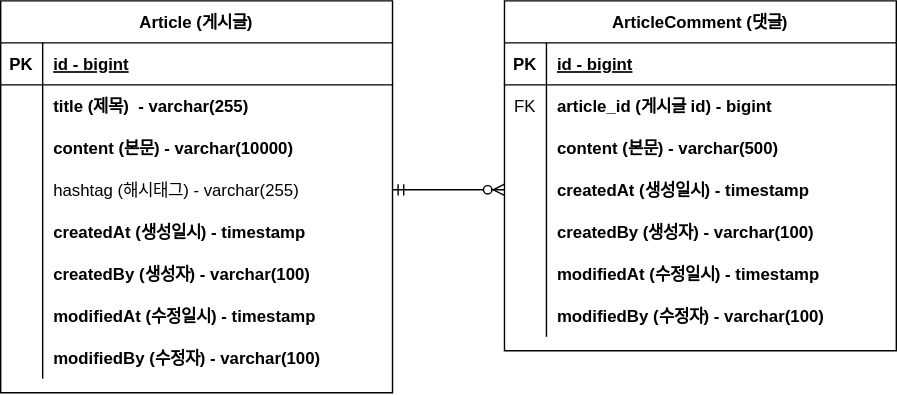
Above: documents/project-board-erd.svg in dhlee1128/first-project-board (draw.io), before the change. Source tidied: cells renumbered, new cells last; positions are measured from the earlier drawing's top-left corner, leaving out a move shared by most shapes.
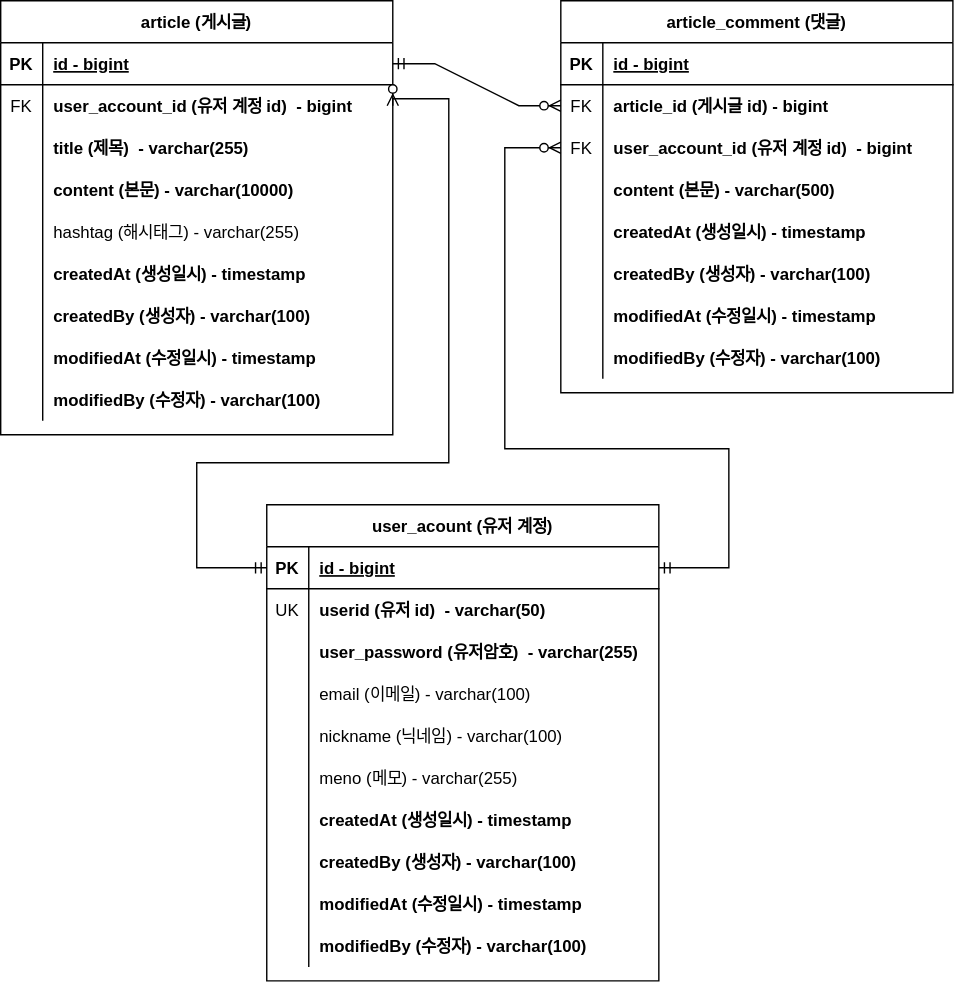
The same diagram one commit later.

Commit message:
user_account 테이블 추가로 Update : project-board-erd.svg

The edit, as a diff of the source:
```diff
@@ -2,8 +2,8 @@
   <root>
     <mxCell id="0" />
     <mxCell id="1" parent="0" />
-    <mxCell id="2" value="Article (게시글)" style="shape=table;startSize=30;rowLines=0;fontStyle=1;align=center;" parent="1" vertex="1">
-      <mxGeometry width="280" height="280" as="geometry" />
+    <mxCell id="2" value="article (게시글)" style="shape=table;startSize=30;rowLines=0;fontStyle=1;align=center;" parent="1" vertex="1">
+      <mxGeometry width="280" height="310" as="geometry" />
     </mxCell>
     <mxCell id="3" style="shape=tableRow;horizontal=0;startSize=0;swimlaneHead=0;swimlaneBody=0;fillColor=none;points=[[0,0.5],[1,0.5]];portConstraint=eastwest;top=0;left=0;right=0;bottom=1;" parent="2" vertex="1">
       <mxGeometry y="30" width="280" height="30" as="geometry" />
@@ -17,14 +17,23 @@
     <mxCell id="6" style="shape=tableRow;horizontal=0;startSize=0;swimlaneHead=0;swimlaneBody=0;fillColor=none;points=[[0,0.5],[1,0.5]];portConstraint=eastwest;top=0;left=0;right=0;bottom=0;" parent="2" vertex="1">
       <mxGeometry y="60" width="280" height="30" as="geometry" />
     </mxCell>
-    <mxCell id="7" style="shape=partialRectangle;fillColor=none;top=0;left=0;bottom=0;right=0;overflow=hidden;" parent="6" vertex="1">
+    <mxCell id="7" value="FK" style="shape=partialRectangle;fillColor=none;top=0;left=0;bottom=0;right=0;overflow=hidden;" parent="6" vertex="1">
       <mxGeometry width="30" height="30" as="geometry" />
     </mxCell>
-    <mxCell id="8" value="title (제목)  - varchar(255)" style="shape=partialRectangle;fillColor=none;top=0;left=0;bottom=0;right=0;align=left;spacingLeft=6;overflow=hidden;fontStyle=1;" parent="6" vertex="1">
+    <mxCell id="8" value="user_account_id (유저 계정 id)  - bigint" style="shape=partialRectangle;fillColor=none;top=0;left=0;bottom=0;right=0;align=left;spacingLeft=6;overflow=hidden;fontStyle=1;" parent="6" vertex="1">
       <mxGeometry x="30" width="250" height="30" as="geometry" />
     </mxCell>
+    <mxCell id="50" style="shape=tableRow;horizontal=0;startSize=0;swimlaneHead=0;swimlaneBody=0;fillColor=none;top=0;left=0;right=0;bottom=0;" parent="2" vertex="1">
+      <mxGeometry y="90" width="280" height="30" as="geometry" />
+    </mxCell>
+    <mxCell id="51" style="shape=partialRectangle;fillColor=none;top=0;left=0;bottom=0;right=0;overflow=hidden;" parent="50" vertex="1">
+      <mxGeometry width="30" height="30" as="geometry" />
+    </mxCell>
+    <mxCell id="52" value="title (제목)  - varchar(255)" style="shape=partialRectangle;fillColor=none;top=0;left=0;bottom=0;right=0;align=left;spacingLeft=6;overflow=hidden;fontStyle=1;" parent="50" vertex="1">
+      <mxGeometry x="30" width="250" height="30" as="geometry" />
+    </mxCell>
     <mxCell id="9" style="shape=tableRow;horizontal=0;startSize=0;swimlaneHead=0;swimlaneBody=0;fillColor=none;top=0;left=0;right=0;bottom=0;" parent="2" vertex="1">
-      <mxGeometry y="90" width="280" height="30" as="geometry" />
+      <mxGeometry y="120" width="280" height="30" as="geometry" />
     </mxCell>
     <mxCell id="10" style="shape=partialRectangle;fillColor=none;top=0;left=0;bottom=0;right=0;overflow=hidden;" parent="9" vertex="1">
       <mxGeometry width="30" height="30" as="geometry" />
@@ -33,7 +42,7 @@
       <mxGeometry x="30" width="250" height="30" as="geometry" />
     </mxCell>
     <mxCell id="12" style="shape=tableRow;horizontal=0;startSize=0;swimlaneHead=0;swimlaneBody=0;fillColor=none;points=[[0,0.5],[1,0.5]];portConstraint=eastwest;top=0;left=0;right=0;bottom=0;" parent="2" vertex="1">
-      <mxGeometry y="120" width="280" height="30" as="geometry" />
+      <mxGeometry y="150" width="280" height="30" as="geometry" />
     </mxCell>
     <mxCell id="13" style="shape=partialRectangle;fillColor=none;top=0;left=0;bottom=0;right=0;overflow=hidden;" parent="12" vertex="1">
       <mxGeometry width="30" height="30" as="geometry" />
@@ -42,7 +51,7 @@
       <mxGeometry x="30" width="250" height="30" as="geometry" />
     </mxCell>
     <mxCell id="15" style="shape=tableRow;horizontal=0;startSize=0;swimlaneHead=0;swimlaneBody=0;fillColor=none;top=0;left=0;right=0;bottom=0;" parent="2" vertex="1">
-      <mxGeometry y="150" width="280" height="30" as="geometry" />
+      <mxGeometry y="180" width="280" height="30" as="geometry" />
     </mxCell>
     <mxCell id="16" style="shape=partialRectangle;fillColor=none;top=0;left=0;bottom=0;right=0;overflow=hidden;" parent="15" vertex="1">
       <mxGeometry width="30" height="30" as="geometry" />
@@ -51,7 +60,7 @@
       <mxGeometry x="30" width="250" height="30" as="geometry" />
     </mxCell>
     <mxCell id="18" style="shape=tableRow;horizontal=0;startSize=0;swimlaneHead=0;swimlaneBody=0;fillColor=none;top=0;left=0;right=0;bottom=0;" parent="2" vertex="1">
-      <mxGeometry y="180" width="280" height="30" as="geometry" />
+      <mxGeometry y="210" width="280" height="30" as="geometry" />
     </mxCell>
     <mxCell id="19" style="shape=partialRectangle;fillColor=none;top=0;left=0;bottom=0;right=0;overflow=hidden;" parent="18" vertex="1">
       <mxGeometry width="30" height="30" as="geometry" />
@@ -60,7 +69,7 @@
       <mxGeometry x="30" width="250" height="30" as="geometry" />
     </mxCell>
     <mxCell id="21" style="shape=tableRow;horizontal=0;startSize=0;swimlaneHead=0;swimlaneBody=0;fillColor=none;top=0;left=0;right=0;bottom=0;" parent="2" vertex="1">
-      <mxGeometry y="210" width="280" height="30" as="geometry" />
+      <mxGeometry y="240" width="280" height="30" as="geometry" />
     </mxCell>
     <mxCell id="22" style="shape=partialRectangle;fillColor=none;top=0;left=0;bottom=0;right=0;overflow=hidden;" parent="21" vertex="1">
       <mxGeometry width="30" height="30" as="geometry" />
@@ -69,7 +78,7 @@
       <mxGeometry x="30" width="250" height="30" as="geometry" />
     </mxCell>
     <mxCell id="24" style="shape=tableRow;horizontal=0;startSize=0;swimlaneHead=0;swimlaneBody=0;fillColor=none;top=0;left=0;right=0;bottom=0;" parent="2" vertex="1">
-      <mxGeometry y="240" width="280" height="30" as="geometry" />
+      <mxGeometry y="270" width="280" height="30" as="geometry" />
     </mxCell>
     <mxCell id="25" style="shape=partialRectangle;fillColor=none;top=0;left=0;bottom=0;right=0;overflow=hidden;" parent="24" vertex="1">
       <mxGeometry width="30" height="30" as="geometry" />
@@ -77,8 +86,8 @@
     <mxCell id="26" value="modifiedBy (수정자) - varchar(100)" style="shape=partialRectangle;fillColor=none;top=0;left=0;bottom=0;right=0;align=left;spacingLeft=6;overflow=hidden;fontStyle=1;" parent="24" vertex="1">
       <mxGeometry x="30" width="250" height="30" as="geometry" />
     </mxCell>
-    <mxCell id="27" value="ArticleComment (댓글)" style="shape=table;startSize=30;rowLines=0;fontStyle=1;align=center;" parent="1" vertex="1">
-      <mxGeometry x="360" width="280" height="250" as="geometry" />
+    <mxCell id="27" value="article_comment (댓글)" style="shape=table;startSize=30;rowLines=0;fontStyle=1;align=center;" parent="1" vertex="1">
+      <mxGeometry x="400" width="280" height="280" as="geometry" />
     </mxCell>
     <mxCell id="28" style="shape=tableRow;horizontal=0;startSize=0;swimlaneHead=0;swimlaneBody=0;fillColor=none;top=0;left=0;right=0;bottom=1;" parent="27" vertex="1">
       <mxGeometry y="30" width="280" height="30" as="geometry" />
@@ -98,8 +107,17 @@
     <mxCell id="33" value="article_id (게시글 id) - bigint" style="shape=partialRectangle;fillColor=none;top=0;left=0;bottom=0;right=0;align=left;spacingLeft=6;overflow=hidden;fontStyle=1;" parent="31" vertex="1">
       <mxGeometry x="30" width="250" height="30" as="geometry" />
     </mxCell>
+    <mxCell id="53" style="shape=tableRow;horizontal=0;startSize=0;swimlaneHead=0;swimlaneBody=0;fillColor=none;points=[[0,0.5],[1,0.5]];portConstraint=eastwest;top=0;left=0;right=0;bottom=0;" parent="27" vertex="1">
+      <mxGeometry y="90" width="280" height="30" as="geometry" />
+    </mxCell>
+    <mxCell id="54" value="FK" style="shape=partialRectangle;fillColor=none;top=0;left=0;bottom=0;right=0;overflow=hidden;" parent="53" vertex="1">
+      <mxGeometry width="30" height="30" as="geometry" />
+    </mxCell>
+    <mxCell id="55" value="user_account_id (유저 계정 id)  - bigint" style="shape=partialRectangle;fillColor=none;top=0;left=0;bottom=0;right=0;align=left;spacingLeft=6;overflow=hidden;fontStyle=1;" parent="53" vertex="1">
+      <mxGeometry x="30" width="250" height="30" as="geometry" />
+    </mxCell>
     <mxCell id="34" style="shape=tableRow;horizontal=0;startSize=0;swimlaneHead=0;swimlaneBody=0;fillColor=none;top=0;left=0;right=0;bottom=0;" parent="27" vertex="1">
-      <mxGeometry y="90" width="280" height="30" as="geometry" />
+      <mxGeometry y="120" width="280" height="30" as="geometry" />
     </mxCell>
     <mxCell id="35" style="shape=partialRectangle;fillColor=none;top=0;left=0;bottom=0;right=0;overflow=hidden;" parent="34" vertex="1">
       <mxGeometry width="30" height="30" as="geometry" />
@@ -108,7 +126,7 @@
       <mxGeometry x="30" width="250" height="30" as="geometry" />
     </mxCell>
     <mxCell id="37" style="shape=tableRow;horizontal=0;startSize=0;swimlaneHead=0;swimlaneBody=0;fillColor=none;top=0;left=0;right=0;bottom=0;" parent="27" vertex="1">
-      <mxGeometry y="120" width="280" height="30" as="geometry" />
+      <mxGeometry y="150" width="280" height="30" as="geometry" />
     </mxCell>
     <mxCell id="38" style="shape=partialRectangle;fillColor=none;top=0;left=0;bottom=0;right=0;overflow=hidden;" parent="37" vertex="1">
       <mxGeometry width="30" height="30" as="geometry" />
@@ -117,7 +135,7 @@
       <mxGeometry x="30" width="250" height="30" as="geometry" />
     </mxCell>
     <mxCell id="40" style="shape=tableRow;horizontal=0;startSize=0;swimlaneHead=0;swimlaneBody=0;fillColor=none;top=0;left=0;right=0;bottom=0;" parent="27" vertex="1">
-      <mxGeometry y="150" width="280" height="30" as="geometry" />
+      <mxGeometry y="180" width="280" height="30" as="geometry" />
     </mxCell>
     <mxCell id="41" style="shape=partialRectangle;fillColor=none;top=0;left=0;bottom=0;right=0;overflow=hidden;" parent="40" vertex="1">
       <mxGeometry width="30" height="30" as="geometry" />
@@ -126,7 +144,7 @@
       <mxGeometry x="30" width="250" height="30" as="geometry" />
     </mxCell>
     <mxCell id="43" style="shape=tableRow;horizontal=0;startSize=0;swimlaneHead=0;swimlaneBody=0;fillColor=none;top=0;left=0;right=0;bottom=0;" parent="27" vertex="1">
-      <mxGeometry y="180" width="280" height="30" as="geometry" />
+      <mxGeometry y="210" width="280" height="30" as="geometry" />
     </mxCell>
     <mxCell id="44" style="shape=partialRectangle;fillColor=none;top=0;left=0;bottom=0;right=0;overflow=hidden;" parent="43" vertex="1">
       <mxGeometry width="30" height="30" as="geometry" />
@@ -135,7 +153,7 @@
       <mxGeometry x="30" width="250" height="30" as="geometry" />
     </mxCell>
     <mxCell id="46" style="shape=tableRow;horizontal=0;startSize=0;swimlaneHead=0;swimlaneBody=0;fillColor=none;top=0;left=0;right=0;bottom=0;" parent="27" vertex="1">
-      <mxGeometry y="210" width="280" height="30" as="geometry" />
+      <mxGeometry y="240" width="280" height="30" as="geometry" />
     </mxCell>
     <mxCell id="47" style="shape=partialRectangle;fillColor=none;top=0;left=0;bottom=0;right=0;overflow=hidden;" parent="46" vertex="1">
       <mxGeometry width="30" height="30" as="geometry" />
@@ -143,10 +161,122 @@
     <mxCell id="48" value="modifiedBy (수정자) - varchar(100)" style="shape=partialRectangle;fillColor=none;top=0;left=0;bottom=0;right=0;align=left;spacingLeft=6;overflow=hidden;fontStyle=1;" parent="46" vertex="1">
       <mxGeometry x="30" width="250" height="30" as="geometry" />
     </mxCell>
-    <mxCell id="49" style="edgeStyle=entityRelationEdgeStyle;fontSize=12;html=1;endArrow=ERzeroToMany;startArrow=ERmandOne;rounded=0;exitX=1;exitY=0.5;exitDx=0;exitDy=0;entryX=0;entryY=0.5;entryDx=0;entryDy=0;" parent="1" edge="1" source="12">
-      <mxGeometry relative="1" as="geometry">
-        <mxPoint x="360" y="135" as="targetPoint" />
-      </mxGeometry>
+    <mxCell id="49" style="edgeStyle=entityRelationEdgeStyle;fontSize=12;html=1;endArrow=ERzeroToMany;startArrow=ERmandOne;rounded=0;exitX=1;exitY=0.5;exitDx=0;exitDy=0;entryX=0;entryY=0.5;entryDx=0;entryDy=0;" parent="1" edge="1" source="3" target="31">
+      <mxGeometry relative="1" as="geometry" />
     </mxCell>
+    <mxCell id="56" value="user_acount (유저 계정)" style="shape=table;startSize=30;rowLines=0;fontStyle=1;align=center;" parent="1" vertex="1">
+      <mxGeometry x="190" y="360" width="280" height="340" as="geometry" />
+    </mxCell>
+    <mxCell id="57" style="shape=tableRow;horizontal=0;startSize=0;swimlaneHead=0;swimlaneBody=0;fillColor=none;points=[[0,0.5],[1,0.5]];portConstraint=eastwest;top=0;left=0;right=0;bottom=1;" parent="56" vertex="1">
+      <mxGeometry y="30" width="280" height="30" as="geometry" />
+    </mxCell>
+    <mxCell id="58" value="PK" style="shape=partialRectangle;fillColor=none;top=0;left=0;bottom=0;right=0;fontStyle=1;overflow=hidden;" parent="57" vertex="1">
+      <mxGeometry width="30" height="30" as="geometry" />
+    </mxCell>
+    <mxCell id="59" value="id - bigint" style="shape=partialRectangle;fillColor=none;top=0;left=0;bottom=0;right=0;align=left;spacingLeft=6;fontStyle=5;overflow=hidden;" parent="57" vertex="1">
+      <mxGeometry x="30" width="250" height="30" as="geometry" />
+    </mxCell>
+    <mxCell id="60" style="shape=tableRow;horizontal=0;startSize=0;swimlaneHead=0;swimlaneBody=0;fillColor=none;top=0;left=0;right=0;bottom=0;" parent="56" vertex="1">
+      <mxGeometry y="60" width="280" height="30" as="geometry" />
+    </mxCell>
+    <mxCell id="61" value="UK" style="shape=partialRectangle;fillColor=none;top=0;left=0;bottom=0;right=0;overflow=hidden;" parent="60" vertex="1">
+      <mxGeometry width="30" height="30" as="geometry" />
+    </mxCell>
+    <mxCell id="62" value="userid (유저 id)  - varchar(50)" style="shape=partialRectangle;fillColor=none;top=0;left=0;bottom=0;right=0;align=left;spacingLeft=6;overflow=hidden;fontStyle=1;" parent="60" vertex="1">
+      <mxGeometry x="30" width="250" height="30" as="geometry" />
+    </mxCell>
+    <mxCell id="63" style="shape=tableRow;horizontal=0;startSize=0;swimlaneHead=0;swimlaneBody=0;fillColor=none;top=0;left=0;right=0;bottom=0;" parent="56" vertex="1">
+      <mxGeometry y="90" width="280" height="30" as="geometry" />
+    </mxCell>
+    <mxCell id="64" style="shape=partialRectangle;fillColor=none;top=0;left=0;bottom=0;right=0;overflow=hidden;" parent="63" vertex="1">
+      <mxGeometry width="30" height="30" as="geometry" />
+    </mxCell>
+    <mxCell id="65" value="user_password (유저암호)  - varchar(255)" style="shape=partialRectangle;fillColor=none;top=0;left=0;bottom=0;right=0;align=left;spacingLeft=6;overflow=hidden;fontStyle=1;" parent="63" vertex="1">
+      <mxGeometry x="30" width="250" height="30" as="geometry" />
+    </mxCell>
+    <mxCell id="66" style="shape=tableRow;horizontal=0;startSize=0;swimlaneHead=0;swimlaneBody=0;fillColor=none;top=0;left=0;right=0;bottom=0;" parent="56" vertex="1">
+      <mxGeometry y="120" width="280" height="30" as="geometry" />
+    </mxCell>
+    <mxCell id="67" style="shape=partialRectangle;fillColor=none;top=0;left=0;bottom=0;right=0;overflow=hidden;" parent="66" vertex="1">
+      <mxGeometry width="30" height="30" as="geometry" />
+    </mxCell>
+    <mxCell id="68" value="email (이메일) - varchar(100)" style="shape=partialRectangle;fillColor=none;top=0;left=0;bottom=0;right=0;align=left;spacingLeft=6;overflow=hidden;fontStyle=0;" parent="66" vertex="1">
+      <mxGeometry x="30" width="250" height="30" as="geometry" />
+    </mxCell>
+    <mxCell id="69" style="shape=tableRow;horizontal=0;startSize=0;swimlaneHead=0;swimlaneBody=0;fillColor=none;top=0;left=0;right=0;bottom=0;" parent="56" vertex="1">
+      <mxGeometry y="150" width="280" height="30" as="geometry" />
+    </mxCell>
+    <mxCell id="70" style="shape=partialRectangle;fillColor=none;top=0;left=0;bottom=0;right=0;overflow=hidden;" parent="69" vertex="1">
+      <mxGeometry width="30" height="30" as="geometry" />
+    </mxCell>
+    <mxCell id="71" value="nickname (닉네임) - varchar(100)" style="shape=partialRectangle;fillColor=none;top=0;left=0;bottom=0;right=0;align=left;spacingLeft=6;overflow=hidden;" parent="69" vertex="1">
+      <mxGeometry x="30" width="250" height="30" as="geometry" />
+    </mxCell>
+    <mxCell id="72" style="shape=tableRow;horizontal=0;startSize=0;swimlaneHead=0;swimlaneBody=0;fillColor=none;top=0;left=0;right=0;bottom=0;" parent="56" vertex="1">
+      <mxGeometry y="180" width="280" height="30" as="geometry" />
+    </mxCell>
+    <mxCell id="73" style="shape=partialRectangle;fillColor=none;top=0;left=0;bottom=0;right=0;overflow=hidden;" parent="72" vertex="1">
+      <mxGeometry width="30" height="30" as="geometry" />
+    </mxCell>
+    <mxCell id="74" value="meno (메모) - varchar(255)" style="shape=partialRectangle;fillColor=none;top=0;left=0;bottom=0;right=0;align=left;spacingLeft=6;overflow=hidden;" parent="72" vertex="1">
+      <mxGeometry x="30" width="250" height="30" as="geometry" />
+    </mxCell>
+    <mxCell id="75" style="shape=tableRow;horizontal=0;startSize=0;swimlaneHead=0;swimlaneBody=0;fillColor=none;top=0;left=0;right=0;bottom=0;" parent="56" vertex="1">
+      <mxGeometry y="210" width="280" height="30" as="geometry" />
+    </mxCell>
+    <mxCell id="76" style="shape=partialRectangle;fillColor=none;top=0;left=0;bottom=0;right=0;overflow=hidden;" parent="75" vertex="1">
+      <mxGeometry width="30" height="30" as="geometry" />
+    </mxCell>
+    <mxCell id="77" value="createdAt (생성일시) - timestamp" style="shape=partialRectangle;fillColor=none;top=0;left=0;bottom=0;right=0;align=left;spacingLeft=6;overflow=hidden;fontStyle=1;" parent="75" vertex="1">
+      <mxGeometry x="30" width="250" height="30" as="geometry" />
+    </mxCell>
+    <mxCell id="78" style="shape=tableRow;horizontal=0;startSize=0;swimlaneHead=0;swimlaneBody=0;fillColor=none;top=0;left=0;right=0;bottom=0;" parent="56" vertex="1">
+      <mxGeometry y="240" width="280" height="30" as="geometry" />
+    </mxCell>
+    <mxCell id="79" style="shape=partialRectangle;fillColor=none;top=0;left=0;bottom=0;right=0;overflow=hidden;" parent="78" vertex="1">
+      <mxGeometry width="30" height="30" as="geometry" />
+    </mxCell>
+    <mxCell id="80" value="createdBy (생성자) - varchar(100)" style="shape=partialRectangle;fillColor=none;top=0;left=0;bottom=0;right=0;align=left;spacingLeft=6;overflow=hidden;fontStyle=1;" parent="78" vertex="1">
+      <mxGeometry x="30" width="250" height="30" as="geometry" />
+    </mxCell>
+    <mxCell id="81" style="shape=tableRow;horizontal=0;startSize=0;swimlaneHead=0;swimlaneBody=0;fillColor=none;top=0;left=0;right=0;bottom=0;" parent="56" vertex="1">
+      <mxGeometry y="270" width="280" height="30" as="geometry" />
+    </mxCell>
+    <mxCell id="82" style="shape=partialRectangle;fillColor=none;top=0;left=0;bottom=0;right=0;overflow=hidden;" parent="81" vertex="1">
+      <mxGeometry width="30" height="30" as="geometry" />
+    </mxCell>
+    <mxCell id="83" value="modifiedAt (수정일시) - timestamp" style="shape=partialRectangle;fillColor=none;top=0;left=0;bottom=0;right=0;align=left;spacingLeft=6;overflow=hidden;fontStyle=1;" parent="81" vertex="1">
+      <mxGeometry x="30" width="250" height="30" as="geometry" />
+    </mxCell>
+    <mxCell id="84" style="shape=tableRow;horizontal=0;startSize=0;swimlaneHead=0;swimlaneBody=0;fillColor=none;top=0;left=0;right=0;bottom=0;" parent="56" vertex="1">
+      <mxGeometry y="300" width="280" height="30" as="geometry" />
+    </mxCell>
+    <mxCell id="85" style="shape=partialRectangle;fillColor=none;top=0;left=0;bottom=0;right=0;overflow=hidden;" parent="84" vertex="1">
+      <mxGeometry width="30" height="30" as="geometry" />
+    </mxCell>
+    <mxCell id="86" value="modifiedBy (수정자) - varchar(100)" style="shape=partialRectangle;fillColor=none;top=0;left=0;bottom=0;right=0;align=left;spacingLeft=6;overflow=hidden;fontStyle=1;" parent="84" vertex="1">
+      <mxGeometry x="30" width="250" height="30" as="geometry" />
+    </mxCell>
+    <mxCell id="87" style="edgeStyle=orthogonalEdgeStyle;fontSize=12;html=1;endArrow=ERzeroToMany;startArrow=ERmandOne;rounded=0;entryX=1;entryY=0.5;entryDx=0;entryDy=0;exitX=0;exitY=0.5;exitDx=0;exitDy=0;" parent="1" edge="1" source="57" target="6">
+      <mxGeometry relative="1" as="geometry">
+        <Array as="points">
+          <mxPoint x="140" y="405" />
+          <mxPoint x="140" y="330" />
+          <mxPoint x="320" y="330" />
+          <mxPoint x="320" y="70" />
+          <mxPoint x="280" y="70" />
+        </Array>
+      </mxGeometry>
+    </mxCell>
+    <mxCell id="88" style="edgeStyle=orthogonalEdgeStyle;fontSize=12;html=1;endArrow=ERzeroToMany;startArrow=ERmandOne;rounded=0;entryX=0;entryY=0.5;entryDx=0;entryDy=0;exitX=1;exitY=0.5;exitDx=0;exitDy=0;" parent="1" edge="1" source="57" target="53">
+      <mxGeometry relative="1" as="geometry">
+        <Array as="points">
+          <mxPoint x="520" y="405" />
+          <mxPoint x="520" y="320" />
+          <mxPoint x="360" y="320" />
+          <mxPoint x="360" y="105" />
+        </Array>
+      </mxGeometry>
+    </mxCell>
   </root>
 </mxGraphModel>
```
